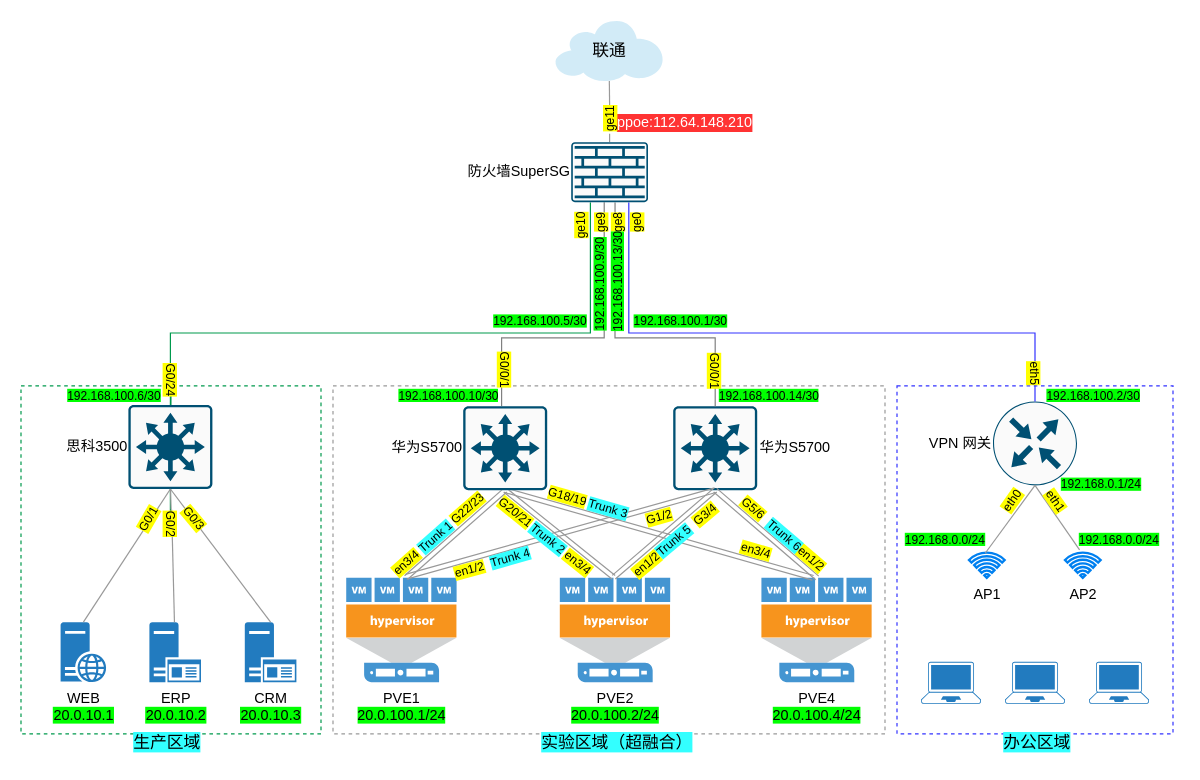
Before: page "实验环境拓扑图" (5 of 5) of Untitled Diagram.drawio in ahhfltj/cloud, a draw.io diagram. Source tidied: cells renumbered, new cells numbered last; positions are measured from the earlier drawing's top-left corner, leaving out a move shared by most shapes. Both pictures are drawn from the tidied source at 120%, with x=0, y=0 at pixel (20, 20).
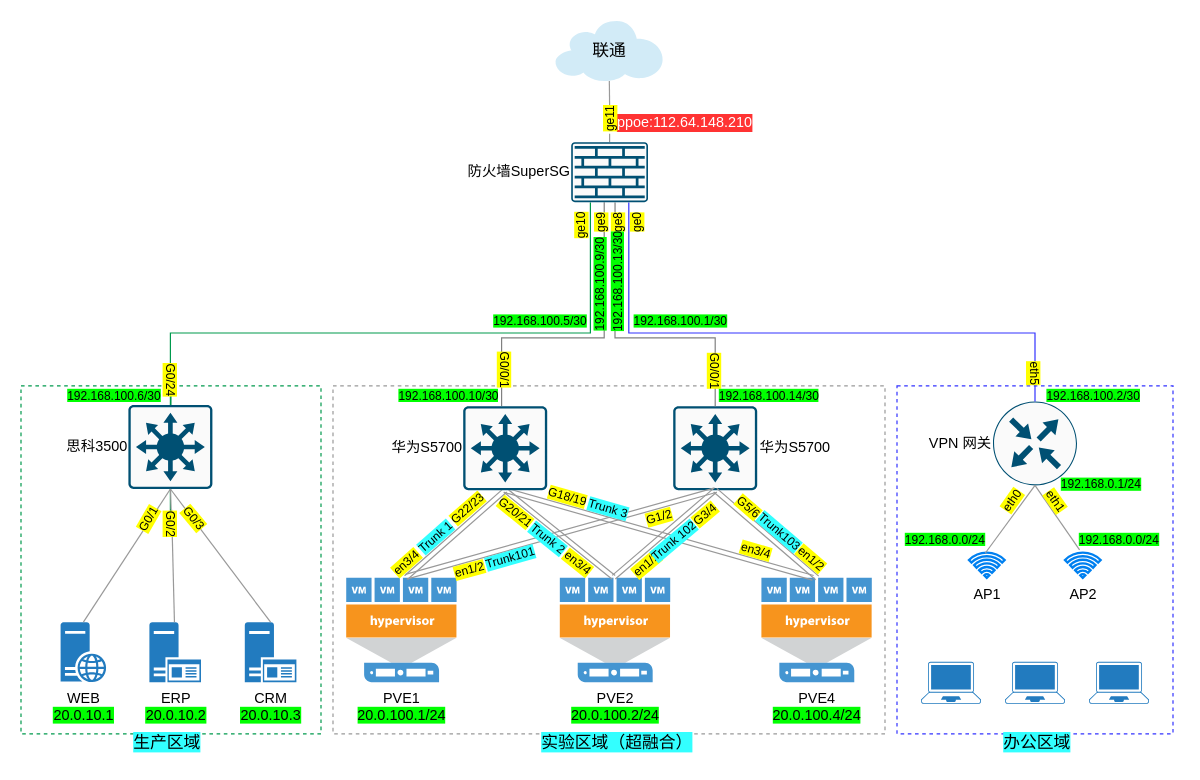
Above is the later version.

The edit, as a diff of the source:
```diff
@@
-    <mxCell id="82" value="&lt;div style=&quot;font-size: 10px&quot;&gt;&lt;font face=&quot;helvetica&quot; style=&quot;font-size: 10px&quot;&gt;&lt;span style=&quot;font-size: 10px&quot;&gt;Trunk 4&lt;/span&gt;&lt;/font&gt;&lt;/div&gt;" style="text;whiteSpace=wrap;html=1;labelBackgroundColor=#33FFFF;align=center;verticalAlign=middle;rounded=1;glass=0;shadow=0;rotation=-15.9;fontSize=10;" parent="1" vertex="1">
+    <mxCell id="82" value="&lt;div style=&quot;font-size: 10px&quot;&gt;&lt;font face=&quot;helvetica&quot; style=&quot;font-size: 10px&quot;&gt;&lt;span style=&quot;font-size: 10px&quot;&gt;Trunk101&lt;/span&gt;&lt;/font&gt;&lt;/div&gt;" style="text;whiteSpace=wrap;html=1;labelBackgroundColor=#33FFFF;align=center;verticalAlign=middle;rounded=1;glass=0;shadow=0;rotation=-15.9;fontSize=10;" parent="1" vertex="1">
       <mxGeometry x="387.1" y="438.3" width="41.5" height="18" as="geometry" />
     </mxCell>
-    <mxCell id="83" value="&lt;div style=&quot;font-size: 10px&quot;&gt;&lt;font face=&quot;helvetica&quot; style=&quot;font-size: 10px&quot;&gt;&lt;span style=&quot;font-size: 10px&quot;&gt;Trunk 5&lt;/span&gt;&lt;/font&gt;&lt;/div&gt;" style="text;whiteSpace=wrap;html=1;labelBackgroundColor=#33FFFF;align=center;verticalAlign=middle;rounded=1;glass=0;shadow=0;rotation=-40;fontSize=10;" parent="1" vertex="1">
+    <mxCell id="83" value="&lt;div style=&quot;font-size: 10px&quot;&gt;&lt;font face=&quot;helvetica&quot; style=&quot;font-size: 10px&quot;&gt;&lt;span style=&quot;font-size: 10px&quot;&gt;Trunk 102&lt;/span&gt;&lt;/font&gt;&lt;/div&gt;" style="text;whiteSpace=wrap;html=1;labelBackgroundColor=#33FFFF;align=center;verticalAlign=middle;rounded=1;glass=0;shadow=0;rotation=-40;fontSize=10;" parent="1" vertex="1">
       <mxGeometry x="519" y="417.9" width="50" height="30" as="geometry" />
     </mxCell>
-    <mxCell id="84" value="&lt;div style=&quot;font-size: 10px&quot;&gt;&lt;font face=&quot;helvetica&quot; style=&quot;font-size: 10px&quot;&gt;&lt;span style=&quot;font-size: 10px&quot;&gt;Trunk 6&lt;/span&gt;&lt;/font&gt;&lt;/div&gt;" style="text;whiteSpace=wrap;html=1;labelBackgroundColor=#33FFFF;align=center;verticalAlign=middle;rounded=1;glass=0;shadow=0;rotation=40.4;fontSize=10;" parent="1" vertex="1">
-      <mxGeometry x="614.5" y="418" width="43.5" height="20" as="geometry" />
+    <mxCell id="84" value="&lt;div style=&quot;font-size: 10px&quot;&gt;&lt;font face=&quot;helvetica&quot; style=&quot;font-size: 10px&quot;&gt;&lt;span style=&quot;font-size: 10px&quot;&gt;Trunk103&lt;/span&gt;&lt;/font&gt;&lt;/div&gt;" style="text;whiteSpace=wrap;html=1;labelBackgroundColor=#33FFFF;align=center;verticalAlign=middle;rounded=1;glass=0;shadow=0;rotation=40.4;fontSize=10;" parent="1" vertex="1">
+      <mxGeometry x="610.5" y="415" width="43.5" height="20" as="geometry" />
     </mxCell>
@@
     <mxCell id="87" value="&lt;div style=&quot;font-size: 10px&quot;&gt;G5/6&lt;/div&gt;" style="text;whiteSpace=wrap;html=1;horizontal=0;align=center;verticalAlign=middle;labelBackgroundColor=#FFFF00;fontSize=10;rotation=130.8;" parent="1" vertex="1">
-      <mxGeometry x="603" y="394" width="16" height="24" as="geometry" />
+      <mxGeometry x="599" y="393" width="16" height="24" as="geometry" />
     </mxCell>
```
